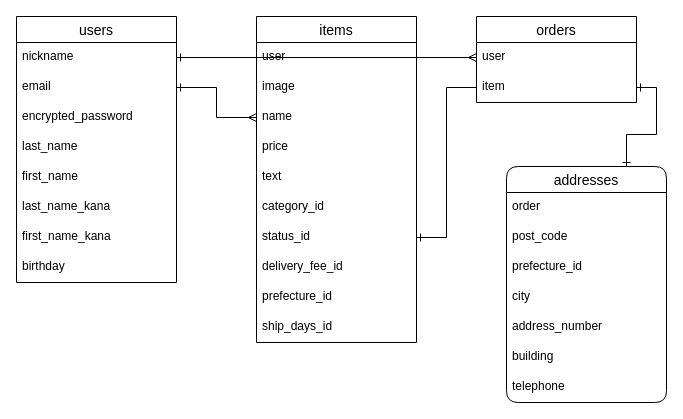
Before: ER.dio in sisyphe0713/furima-30355, a draw.io diagram. Source tidied: cells renumbered, new cells numbered last; positions are measured from the earlier drawing's top-left corner, leaving out a move shared by most shapes. Both pictures are drawn from the tidied source at 100%, with x=0, y=0 at pixel (16, 16).
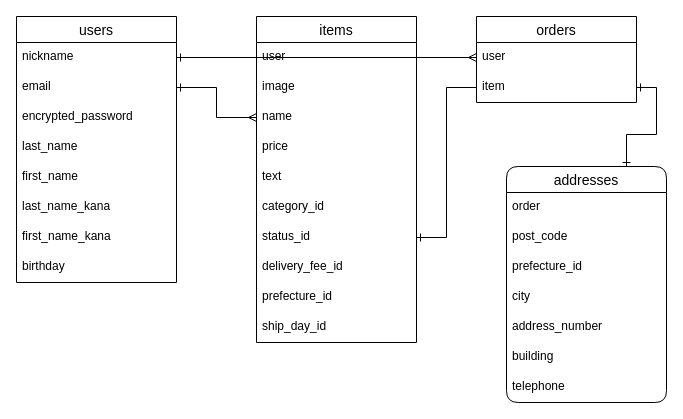
The same diagram, later.

Commit message (it also covers changes not shown here):
ER図、README修正3

ship_days_idを
ship_day_idに修正

The change refers to these unchanged cells:
```xml
<mxCell id="11" value="items" style="swimlane;fontStyle=0;horizontal=1;startSize=26;align=center;fontSize=14;" parent="1" vertex="1">
  <mxGeometry x="240" width="160" height="326" as="geometry" />
</mxCell>
```

Change to the diagram source:
```diff
@@
-    <mxCell id="21" value="ship_days_id" style="text;strokeColor=none;fillColor=none;spacingLeft=4;spacingRight=4;overflow=hidden;fontSize=12;" parent="11" vertex="1">
+    <mxCell id="21" value="ship_day_id" style="text;strokeColor=none;fillColor=none;spacingLeft=4;spacingRight=4;overflow=hidden;fontSize=12;" parent="11" vertex="1">
       <mxGeometry y="296" width="160" height="30" as="geometry" />
     </mxCell>
```
